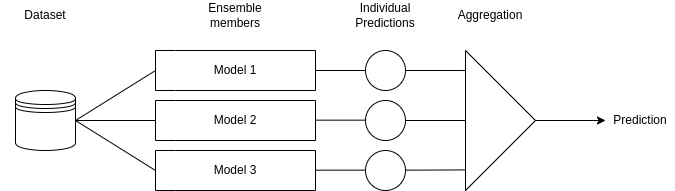
Before: docs/images/ensemble.drawio.light.png, a diagram exported from draw.io (environmental-forecasting/model-ensembler). Source tidied: cells renumbered, new cells last; positions are measured from the earlier drawing's top-left corner, leaving out a move shared by most shapes. The source it was exported from:
```xml
<mxGraphModel>
  <root>
    <mxCell id="0" />
    <mxCell id="1" parent="0" />
    <mxCell id="2" style="shape=datastore;whiteSpace=wrap;html=1;" parent="1" vertex="1">
      <mxGeometry x="15" y="90" width="60" height="60" as="geometry" />
    </mxCell>
    <mxCell id="3" style="swimlane;html=1;startSize=20;fontStyle=0;horizontal=0;swimlaneLine=0;fillColor=none;whiteSpace=wrap;" parent="1" vertex="1">
      <mxGeometry x="155" y="100" width="160" height="40" as="geometry" />
    </mxCell>
    <mxCell id="4" value="Model 2" style="text;html=1;align=center;verticalAlign=middle;whiteSpace=wrap;rounded=0;" parent="3" vertex="1">
      <mxGeometry x="35" y="5" width="90" height="30" as="geometry" />
    </mxCell>
    <mxCell id="5" style="swimlane;html=1;startSize=20;fontStyle=0;horizontal=0;swimlaneLine=0;fillColor=none;whiteSpace=wrap;" parent="1" vertex="1">
      <mxGeometry x="155" y="150" width="160" height="40" as="geometry" />
    </mxCell>
    <mxCell id="6" value="Model 3" style="text;html=1;align=center;verticalAlign=middle;whiteSpace=wrap;rounded=0;" parent="5" vertex="1">
      <mxGeometry x="35" y="5" width="90" height="30" as="geometry" />
    </mxCell>
    <mxCell id="7" style="swimlane;html=1;startSize=20;fontStyle=0;horizontal=0;swimlaneLine=0;fillColor=none;whiteSpace=wrap;" parent="1" vertex="1">
      <mxGeometry x="155" y="50" width="160" height="40" as="geometry" />
    </mxCell>
    <mxCell id="8" value="Model 1" style="text;html=1;align=center;verticalAlign=middle;whiteSpace=wrap;rounded=0;" parent="7" vertex="1">
      <mxGeometry x="35" y="5" width="90" height="30" as="geometry" />
    </mxCell>
    <mxCell id="9" style="triangle;whiteSpace=wrap;html=1;" parent="1" vertex="1">
      <mxGeometry x="465" y="50" width="70" height="140" as="geometry" />
    </mxCell>
    <mxCell id="10" style="ellipse;whiteSpace=wrap;html=1;" parent="1" vertex="1">
      <mxGeometry x="365" y="50" width="40" height="40" as="geometry" />
    </mxCell>
    <mxCell id="11" style="ellipse;whiteSpace=wrap;html=1;" parent="1" vertex="1">
      <mxGeometry x="365" y="100" width="40" height="40" as="geometry" />
    </mxCell>
    <mxCell id="12" style="ellipse;whiteSpace=wrap;html=1;" parent="1" vertex="1">
      <mxGeometry x="365" y="150" width="40" height="40" as="geometry" />
    </mxCell>
    <mxCell id="13" value="Prediction" style="text;html=1;align=center;verticalAlign=middle;whiteSpace=wrap;rounded=0;" parent="1" vertex="1">
      <mxGeometry x="605" y="105" width="70" height="30" as="geometry" />
    </mxCell>
    <mxCell id="14" value="Aggregation" style="text;html=1;align=center;verticalAlign=middle;whiteSpace=wrap;rounded=0;" parent="1" vertex="1">
      <mxGeometry x="445" width="90" height="30" as="geometry" />
    </mxCell>
    <mxCell id="15" value="Individual Predictions" style="text;html=1;align=center;verticalAlign=middle;whiteSpace=wrap;rounded=0;" parent="1" vertex="1">
      <mxGeometry x="340" width="90" height="30" as="geometry" />
    </mxCell>
    <mxCell id="16" value="Ensemble members&lt;span style=&quot;color: rgba(0, 0, 0, 0); font-family: monospace; font-size: 0px; text-align: start; text-wrap-mode: nowrap;&quot;&gt;%3CmxGraphModel%3E%3Croot%3E%3CmxCell%20id%3D%220%22%2F%3E%3CmxCell%20id%3D%221%22%20parent%3D%220%22%2F%3E%3CmxCell%20id%3D%222%22%20value%3D%22Individual%20Predictions%22%20style%3D%22text%3Bhtml%3D1%3Balign%3Dcenter%3BverticalAlign%3Dmiddle%3BwhiteSpace%3Dwrap%3Brounded%3D0%3B%22%20vertex%3D%221%22%20parent%3D%221%22%3E%3CmxGeometry%20x%3D%22345%22%20y%3D%22250%22%20width%3D%2290%22%20height%3D%2230%22%20as%3D%22geometry%22%2F%3E%3C%2FmxCell%3E%3C%2Froot%3E%3C%2FmxGraphModel%3E&lt;/span&gt;" style="text;html=1;align=center;verticalAlign=middle;whiteSpace=wrap;rounded=0;" parent="1" vertex="1">
      <mxGeometry x="190" width="90" height="30" as="geometry" />
    </mxCell>
    <mxCell id="17" value="Dataset" style="text;html=1;align=center;verticalAlign=middle;whiteSpace=wrap;rounded=0;" parent="1" vertex="1">
      <mxGeometry width="90" height="30" as="geometry" />
    </mxCell>
    <mxCell id="18" style="endArrow=none;html=1;rounded=0;entryX=0;entryY=0.5;entryDx=0;entryDy=0;" parent="1" edge="1" target="7">
      <mxGeometry relative="1" as="geometry">
        <mxPoint x="75" y="120" as="sourcePoint" />
      </mxGeometry>
    </mxCell>
    <mxCell id="19" style="endArrow=none;html=1;rounded=0;entryX=0;entryY=0.5;entryDx=0;entryDy=0;exitX=1;exitY=0.5;exitDx=0;exitDy=0;" parent="1" edge="1" source="2" target="3">
      <mxGeometry relative="1" as="geometry" />
    </mxCell>
    <mxCell id="20" style="endArrow=none;html=1;rounded=0;entryX=0;entryY=0.5;entryDx=0;entryDy=0;exitX=1;exitY=0.5;exitDx=0;exitDy=0;" parent="1" edge="1" source="2" target="5">
      <mxGeometry relative="1" as="geometry" />
    </mxCell>
    <mxCell id="21" style="endArrow=none;html=1;rounded=0;entryX=0;entryY=0.5;entryDx=0;entryDy=0;exitX=1;exitY=0.5;exitDx=0;exitDy=0;" parent="1" edge="1" source="7" target="10">
      <mxGeometry relative="1" as="geometry" />
    </mxCell>
    <mxCell id="22" style="endArrow=none;html=1;rounded=0;entryX=0;entryY=0.5;entryDx=0;entryDy=0;exitX=1;exitY=0.5;exitDx=0;exitDy=0;" parent="1" edge="1">
      <mxGeometry relative="1" as="geometry">
        <mxPoint x="315" y="119.7" as="sourcePoint" />
        <mxPoint x="365" y="119.7" as="targetPoint" />
      </mxGeometry>
    </mxCell>
    <mxCell id="23" style="endArrow=none;html=1;rounded=0;entryX=0;entryY=0.5;entryDx=0;entryDy=0;exitX=1;exitY=0.5;exitDx=0;exitDy=0;" parent="1" edge="1">
      <mxGeometry relative="1" as="geometry">
        <mxPoint x="315" y="169.7" as="sourcePoint" />
        <mxPoint x="365" y="169.7" as="targetPoint" />
      </mxGeometry>
    </mxCell>
    <mxCell id="24" style="endArrow=none;html=1;rounded=0;entryX=0.004;entryY=0.853;entryDx=0;entryDy=0;exitX=1;exitY=0.5;exitDx=0;exitDy=0;entryPerimeter=0;" parent="1" edge="1" target="9">
      <mxGeometry relative="1" as="geometry">
        <mxPoint x="405" y="169.7" as="sourcePoint" />
      </mxGeometry>
    </mxCell>
    <mxCell id="25" style="endArrow=none;html=1;rounded=0;entryX=0;entryY=0.5;entryDx=0;entryDy=0;exitX=1;exitY=0.5;exitDx=0;exitDy=0;" parent="1" edge="1" source="11" target="9">
      <mxGeometry relative="1" as="geometry" />
    </mxCell>
    <mxCell id="26" style="endArrow=none;html=1;rounded=0;entryX=-0.005;entryY=0.143;entryDx=0;entryDy=0;exitX=1;exitY=0.5;exitDx=0;exitDy=0;entryPerimeter=0;" parent="1" edge="1" source="10" target="9">
      <mxGeometry relative="1" as="geometry" />
    </mxCell>
    <mxCell id="27" style="endArrow=classic;html=1;rounded=0;" parent="1" edge="1" target="13">
      <mxGeometry relative="1" as="geometry">
        <mxPoint x="535" y="120" as="sourcePoint" />
      </mxGeometry>
    </mxCell>
  </root>
</mxGraphModel>
```
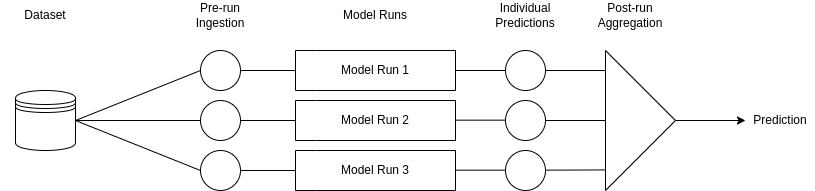
The same diagram one commit later.

What changed in the source:
```diff
@@ -3,24 +3,24 @@
     <mxCell id="0" />
     <mxCell id="1" parent="0" />
     <mxCell id="2" style="shape=datastore;whiteSpace=wrap;html=1;" parent="1" vertex="1">
-      <mxGeometry x="15" y="90" width="60" height="60" as="geometry" />
+      <mxGeometry x="-125" y="90" width="60" height="60" as="geometry" />
     </mxCell>
     <mxCell id="3" style="swimlane;html=1;startSize=20;fontStyle=0;horizontal=0;swimlaneLine=0;fillColor=none;whiteSpace=wrap;" parent="1" vertex="1">
       <mxGeometry x="155" y="100" width="160" height="40" as="geometry" />
     </mxCell>
-    <mxCell id="4" value="Model 2" style="text;html=1;align=center;verticalAlign=middle;whiteSpace=wrap;rounded=0;" parent="3" vertex="1">
+    <mxCell id="4" value="Model Run 2" style="text;html=1;align=center;verticalAlign=middle;whiteSpace=wrap;rounded=0;" parent="3" vertex="1">
       <mxGeometry x="35" y="5" width="90" height="30" as="geometry" />
     </mxCell>
     <mxCell id="5" style="swimlane;html=1;startSize=20;fontStyle=0;horizontal=0;swimlaneLine=0;fillColor=none;whiteSpace=wrap;" parent="1" vertex="1">
       <mxGeometry x="155" y="150" width="160" height="40" as="geometry" />
     </mxCell>
-    <mxCell id="6" value="Model 3" style="text;html=1;align=center;verticalAlign=middle;whiteSpace=wrap;rounded=0;" parent="5" vertex="1">
+    <mxCell id="6" value="Model Run 3" style="text;html=1;align=center;verticalAlign=middle;whiteSpace=wrap;rounded=0;" parent="5" vertex="1">
       <mxGeometry x="35" y="5" width="90" height="30" as="geometry" />
     </mxCell>
     <mxCell id="7" style="swimlane;html=1;startSize=20;fontStyle=0;horizontal=0;swimlaneLine=0;fillColor=none;whiteSpace=wrap;" parent="1" vertex="1">
       <mxGeometry x="155" y="50" width="160" height="40" as="geometry" />
     </mxCell>
-    <mxCell id="8" value="Model 1" style="text;html=1;align=center;verticalAlign=middle;whiteSpace=wrap;rounded=0;" parent="7" vertex="1">
+    <mxCell id="8" value="Model Run 1" style="text;html=1;align=center;verticalAlign=middle;whiteSpace=wrap;rounded=0;" parent="7" vertex="1">
       <mxGeometry x="35" y="5" width="90" height="30" as="geometry" />
     </mxCell>
     <mxCell id="9" style="triangle;whiteSpace=wrap;html=1;" parent="1" vertex="1">
@@ -38,27 +38,27 @@
     <mxCell id="13" value="Prediction" style="text;html=1;align=center;verticalAlign=middle;whiteSpace=wrap;rounded=0;" parent="1" vertex="1">
       <mxGeometry x="605" y="105" width="70" height="30" as="geometry" />
     </mxCell>
-    <mxCell id="14" value="Aggregation" style="text;html=1;align=center;verticalAlign=middle;whiteSpace=wrap;rounded=0;" parent="1" vertex="1">
+    <mxCell id="14" value="Post-run&lt;div&gt;Aggregation&lt;/div&gt;" style="text;html=1;align=center;verticalAlign=middle;whiteSpace=wrap;rounded=0;" parent="1" vertex="1">
       <mxGeometry x="445" width="90" height="30" as="geometry" />
     </mxCell>
     <mxCell id="15" value="Individual Predictions" style="text;html=1;align=center;verticalAlign=middle;whiteSpace=wrap;rounded=0;" parent="1" vertex="1">
       <mxGeometry x="340" width="90" height="30" as="geometry" />
     </mxCell>
-    <mxCell id="16" value="Ensemble members&lt;span style=&quot;color: rgba(0, 0, 0, 0); font-family: monospace; font-size: 0px; text-align: start; text-wrap-mode: nowrap;&quot;&gt;%3CmxGraphModel%3E%3Croot%3E%3CmxCell%20id%3D%220%22%2F%3E%3CmxCell%20id%3D%221%22%20parent%3D%220%22%2F%3E%3CmxCell%20id%3D%222%22%20value%3D%22Individual%20Predictions%22%20style%3D%22text%3Bhtml%3D1%3Balign%3Dcenter%3BverticalAlign%3Dmiddle%3BwhiteSpace%3Dwrap%3Brounded%3D0%3B%22%20vertex%3D%221%22%20parent%3D%221%22%3E%3CmxGeometry%20x%3D%22345%22%20y%3D%22250%22%20width%3D%2290%22%20height%3D%2230%22%20as%3D%22geometry%22%2F%3E%3C%2FmxCell%3E%3C%2Froot%3E%3C%2FmxGraphModel%3E&lt;/span&gt;" style="text;html=1;align=center;verticalAlign=middle;whiteSpace=wrap;rounded=0;" parent="1" vertex="1">
+    <mxCell id="16" value="Model Runs" style="text;html=1;align=center;verticalAlign=middle;whiteSpace=wrap;rounded=0;" parent="1" vertex="1">
       <mxGeometry x="190" width="90" height="30" as="geometry" />
     </mxCell>
     <mxCell id="17" value="Dataset" style="text;html=1;align=center;verticalAlign=middle;whiteSpace=wrap;rounded=0;" parent="1" vertex="1">
-      <mxGeometry width="90" height="30" as="geometry" />
+      <mxGeometry x="-140" width="90" height="30" as="geometry" />
     </mxCell>
-    <mxCell id="18" style="endArrow=none;html=1;rounded=0;entryX=0;entryY=0.5;entryDx=0;entryDy=0;" parent="1" edge="1" target="7">
+    <mxCell id="18" style="endArrow=none;html=1;rounded=0;entryX=0;entryY=0.5;entryDx=0;entryDy=0;" parent="1" edge="1" target="28">
       <mxGeometry relative="1" as="geometry">
-        <mxPoint x="75" y="120" as="sourcePoint" />
+        <mxPoint x="-65" y="120" as="sourcePoint" />
       </mxGeometry>
     </mxCell>
-    <mxCell id="19" style="endArrow=none;html=1;rounded=0;entryX=0;entryY=0.5;entryDx=0;entryDy=0;exitX=1;exitY=0.5;exitDx=0;exitDy=0;" parent="1" edge="1" source="2" target="3">
+    <mxCell id="19" style="endArrow=none;html=1;rounded=0;entryX=0;entryY=0.5;entryDx=0;entryDy=0;exitX=1;exitY=0.5;exitDx=0;exitDy=0;" parent="1" edge="1" source="2" target="29">
       <mxGeometry relative="1" as="geometry" />
     </mxCell>
-    <mxCell id="20" style="endArrow=none;html=1;rounded=0;entryX=0;entryY=0.5;entryDx=0;entryDy=0;exitX=1;exitY=0.5;exitDx=0;exitDy=0;" parent="1" edge="1" source="2" target="5">
+    <mxCell id="20" style="endArrow=none;html=1;rounded=0;entryX=0;entryY=0.5;entryDx=0;entryDy=0;exitX=1;exitY=0.5;exitDx=0;exitDy=0;" parent="1" edge="1" source="2" target="30">
       <mxGeometry relative="1" as="geometry" />
     </mxCell>
     <mxCell id="21" style="endArrow=none;html=1;rounded=0;entryX=0;entryY=0.5;entryDx=0;entryDy=0;exitX=1;exitY=0.5;exitDx=0;exitDy=0;" parent="1" edge="1" source="7" target="10">
@@ -92,5 +92,26 @@
         <mxPoint x="535" y="120" as="sourcePoint" />
       </mxGeometry>
     </mxCell>
+    <mxCell id="28" style="ellipse;whiteSpace=wrap;html=1;" parent="1" vertex="1">
+      <mxGeometry x="60" y="50" width="40" height="40" as="geometry" />
+    </mxCell>
+    <mxCell id="29" style="ellipse;whiteSpace=wrap;html=1;" parent="1" vertex="1">
+      <mxGeometry x="60" y="100" width="40" height="40" as="geometry" />
+    </mxCell>
+    <mxCell id="30" style="ellipse;whiteSpace=wrap;html=1;" parent="1" vertex="1">
+      <mxGeometry x="60" y="150" width="40" height="40" as="geometry" />
+    </mxCell>
+    <mxCell id="31" value="Pre-run Ingestion" style="text;html=1;align=center;verticalAlign=middle;whiteSpace=wrap;rounded=0;" parent="1" vertex="1">
+      <mxGeometry x="35" width="90" height="30" as="geometry" />
+    </mxCell>
+    <mxCell id="32" style="endArrow=none;html=1;rounded=0;entryX=0;entryY=0.5;entryDx=0;entryDy=0;exitX=1;exitY=0.5;exitDx=0;exitDy=0;" parent="1" edge="1" source="28" target="7">
+      <mxGeometry relative="1" as="geometry" />
+    </mxCell>
+    <mxCell id="33" style="endArrow=none;html=1;rounded=0;entryX=0;entryY=0.5;entryDx=0;entryDy=0;exitX=1;exitY=0.5;exitDx=0;exitDy=0;" parent="1" edge="1" source="29" target="3">
+      <mxGeometry relative="1" as="geometry" />
+    </mxCell>
+    <mxCell id="34" style="endArrow=none;html=1;rounded=0;entryX=0;entryY=0.5;entryDx=0;entryDy=0;exitX=1;exitY=0.5;exitDx=0;exitDy=0;" parent="1" edge="1" source="30" target="5">
+      <mxGeometry relative="1" as="geometry" />
+    </mxCell>
   </root>
 </mxGraphModel>
```
